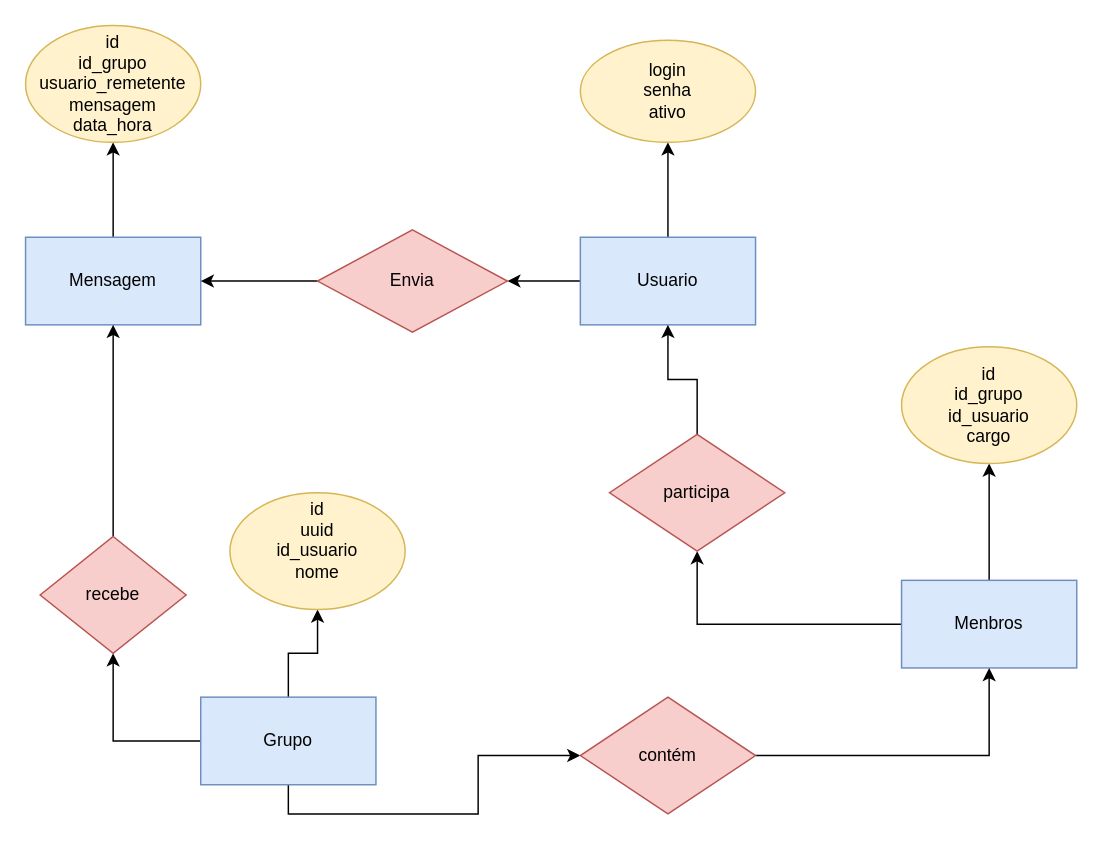
Before: projetos/minha_sala_meet/reactTS/DER.drawio in Vitin-Ps/meus_projetos, a draw.io diagram. Source tidied: cells renumbered, new cells numbered last; positions are measured from the earlier drawing's top-left corner, leaving out a move shared by most shapes. Both pictures are drawn from the tidied source at 146%, with x=0, y=0 at pixel (25, 25).
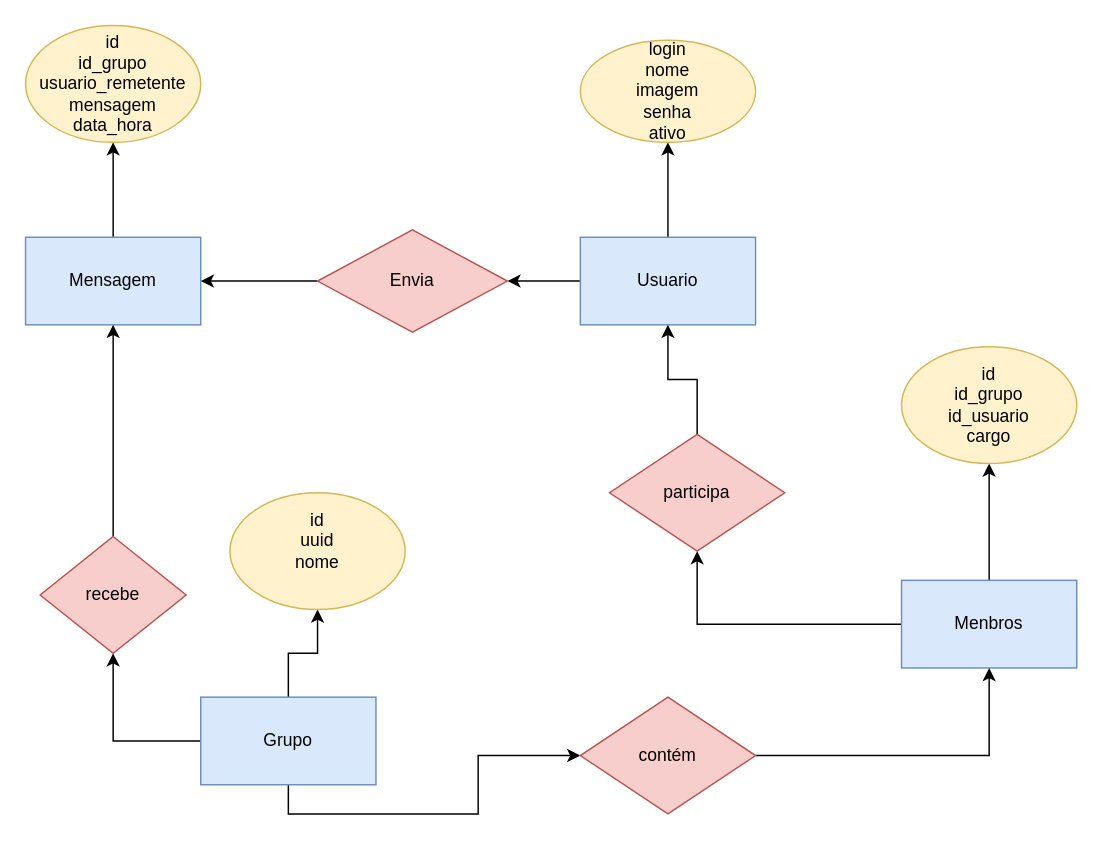
After the change.

Diff of the diagram source:
```diff
@@
-    <mxCell id="7" value="login&lt;div&gt;senha&lt;/div&gt;&lt;div&gt;ativo&lt;/div&gt;" style="ellipse;whiteSpace=wrap;html=1;fillColor=#fff2cc;strokeColor=#d6b656;" parent="1" vertex="1">
+    <mxCell id="7" value="login&lt;div&gt;nome&lt;/div&gt;&lt;div&gt;imagem&lt;/div&gt;&lt;div&gt;senha&lt;/div&gt;&lt;div&gt;ativo&lt;/div&gt;" style="ellipse;whiteSpace=wrap;html=1;fillColor=#fff2cc;strokeColor=#d6b656;" parent="1" vertex="1">
       <mxGeometry x="380" y="10" width="120" height="70" as="geometry" />
     </mxCell>
@@
-    <mxCell id="16" value="id&lt;div&gt;uuid&lt;/div&gt;&lt;div&gt;id_usuario&lt;/div&gt;&lt;div&gt;nome&lt;/div&gt;&lt;div&gt;&lt;br&gt;&lt;/div&gt;" style="ellipse;whiteSpace=wrap;html=1;fillColor=#fff2cc;strokeColor=#d6b656;" parent="1" vertex="1">
+    <mxCell id="16" value="id&lt;div&gt;uuid&lt;/div&gt;&lt;div&gt;nome&lt;/div&gt;&lt;div&gt;&lt;br&gt;&lt;/div&gt;" style="ellipse;whiteSpace=wrap;html=1;fillColor=#fff2cc;strokeColor=#d6b656;" parent="1" vertex="1">
       <mxGeometry x="140" y="320" width="120" height="80" as="geometry" />
     </mxCell>
```
